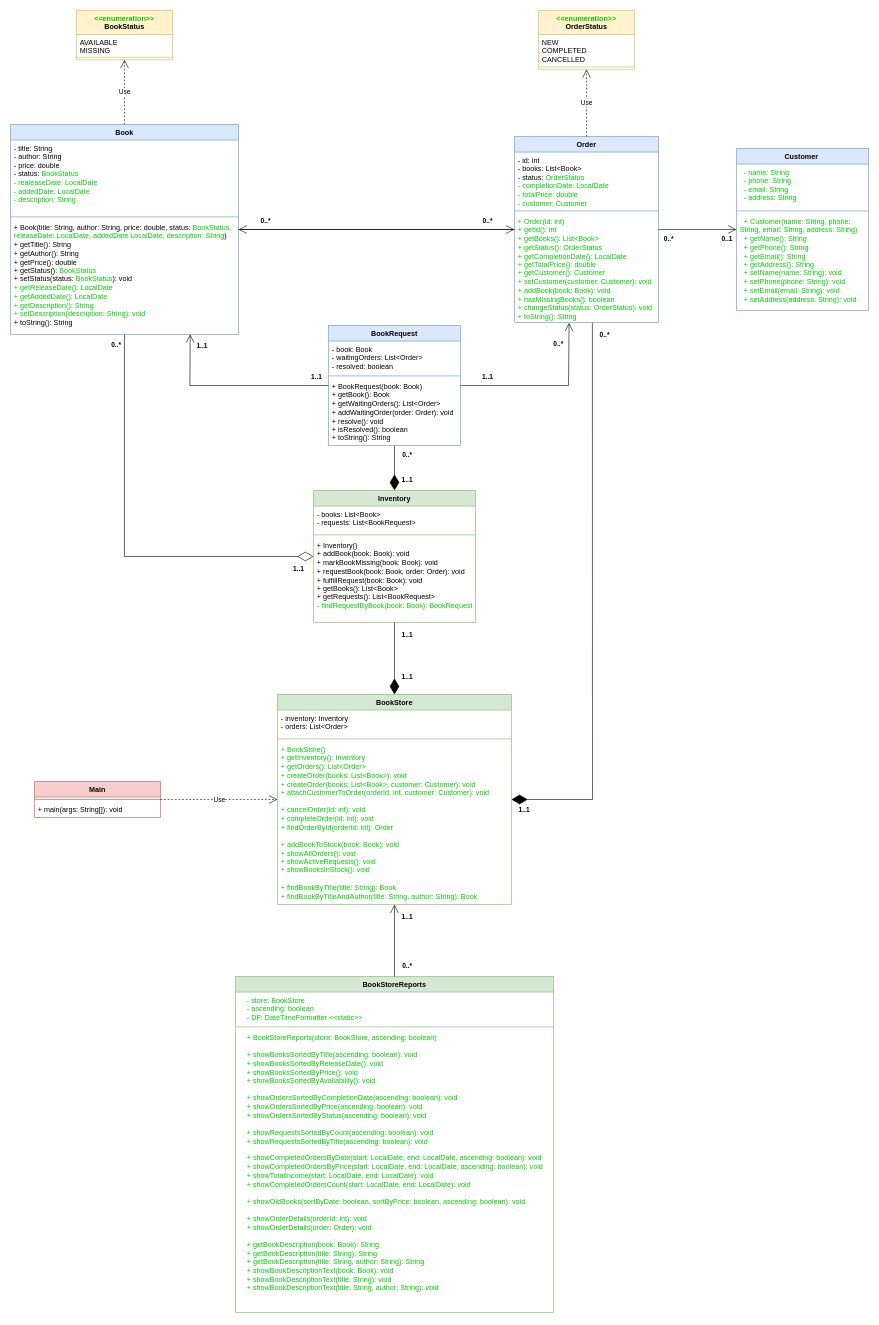
The draw.io diagram Task-3/task3_4/Bookstore2.0.drawio in DrMemeX/SenlaTasks, before the edit. Source tidied: cells renumbered, new cells numbered last; positions are measured from the earlier drawing's top-left corner, leaving out a move shared by most shapes. Both pictures are drawn from the tidied source at 60%, with x=0, y=0 at pixel (10, 10).
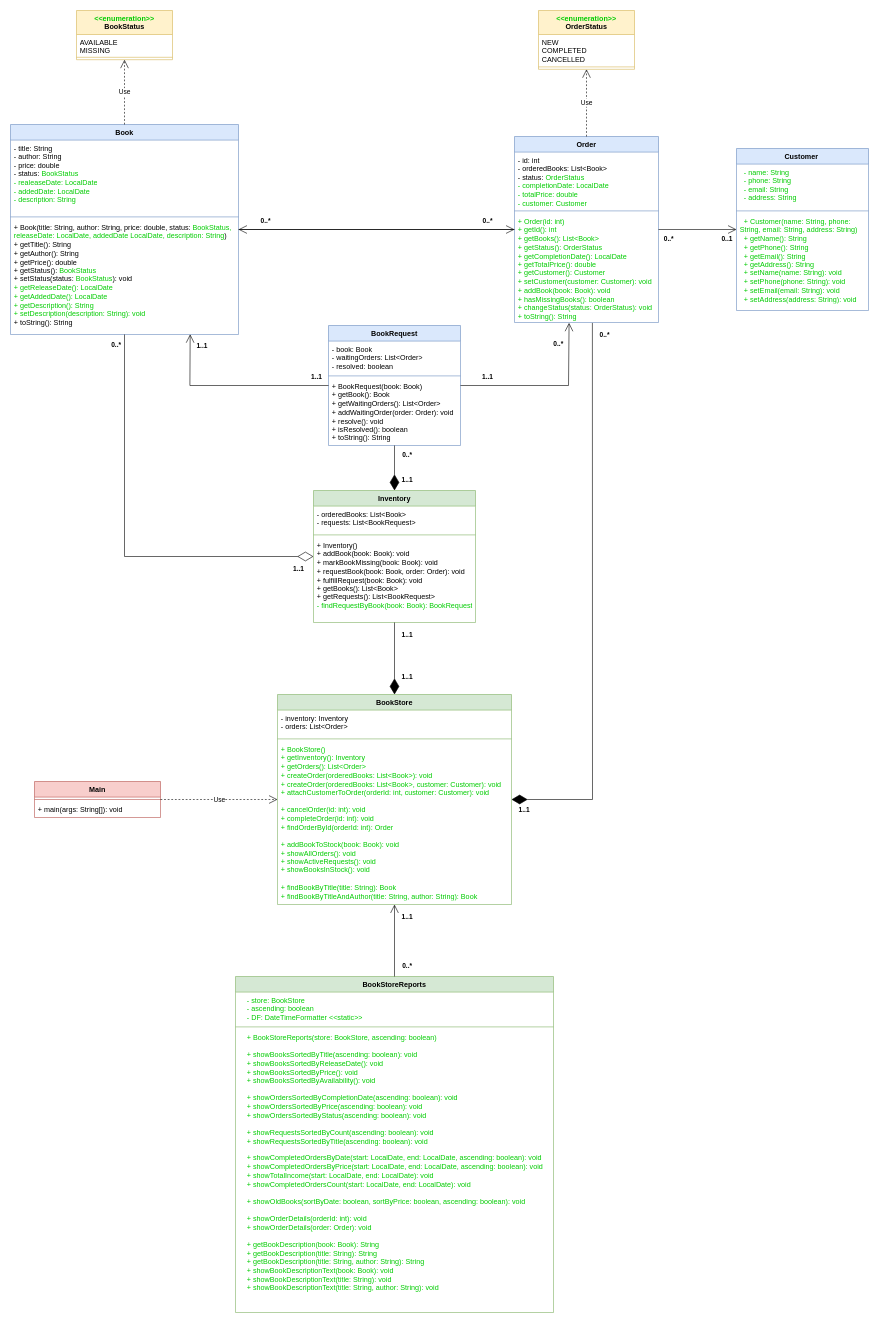
The same diagram, later.

Unchanged cells that the change refers to:
```xml
<mxCell id="13" value="Order" style="swimlane;fontStyle=1;align=center;verticalAlign=top;horizontal=1;startSize=26;whiteSpace=wrap;html=1;fillColor=#dae8fc;strokeColor=#6c8ebf;" parent="1" vertex="1">
  <mxGeometry x="840" y="210" width="240" height="310" as="geometry" />
</mxCell>
<mxCell id="20" value="Inventory" style="swimlane;fontStyle=1;align=center;verticalAlign=top;horizontal=1;startSize=26;whiteSpace=wrap;html=1;fillColor=#d5e8d4;strokeColor=#82b366;" parent="1" vertex="1">
  <mxGeometry x="505" y="800" width="270" height="220" as="geometry" />
</mxCell>
<mxCell id="24" value="BookStore" style="swimlane;fontStyle=1;align=center;verticalAlign=top;horizontal=1;startSize=26;whiteSpace=wrap;html=1;fillColor=#d5e8d4;strokeColor=#82b366;" parent="1" vertex="1">
  <mxGeometry x="445" y="1140" width="390" height="350" as="geometry" />
</mxCell>
```

The edit, as a diff of the source:
```diff
@@
-    <mxCell id="14" value="- id: int&lt;br&gt;- books: List&amp;lt;Book&amp;gt;&lt;br&gt;&lt;div&gt;- status: &lt;span style=&quot;color: rgb(0, 204, 0);&quot;&gt;OrderStatus&lt;/span&gt;&lt;/div&gt;&lt;div&gt;&lt;span style=&quot;color: rgb(0, 204, 0);&quot;&gt;- completionDate: LocalDate&amp;nbsp;&lt;/span&gt;&lt;/div&gt;&lt;div&gt;&lt;span style=&quot;color: rgb(0, 204, 0);&quot;&gt;- totalPrice: double&lt;br&gt;- customer: Customer&lt;/span&gt;&lt;/div&gt;" style="text;strokeColor=none;fillColor=none;align=left;verticalAlign=top;spacingLeft=4;spacingRight=4;overflow=hidden;whiteSpace=wrap;html=1;" parent="13" vertex="1">
+    <mxCell id="14" value="- id: int&lt;br&gt;- orderedBooks: List&amp;lt;Book&amp;gt;&lt;br&gt;&lt;div&gt;- status: &lt;span style=&quot;color: rgb(0, 204, 0);&quot;&gt;OrderStatus&lt;/span&gt;&lt;/div&gt;&lt;div&gt;&lt;span style=&quot;color: rgb(0, 204, 0);&quot;&gt;- completionDate: LocalDate&amp;nbsp;&lt;/span&gt;&lt;/div&gt;&lt;div&gt;&lt;span style=&quot;color: rgb(0, 204, 0);&quot;&gt;- totalPrice: double&lt;br&gt;- customer: Customer&lt;/span&gt;&lt;/div&gt;" style="text;strokeColor=none;fillColor=none;align=left;verticalAlign=top;spacingLeft=4;spacingRight=4;overflow=hidden;whiteSpace=wrap;html=1;" parent="13" vertex="1">
       <mxGeometry y="26" width="240" height="94" as="geometry" />
     </mxCell>
@@
-    <mxCell id="21" value="- books: List&amp;lt;Book&amp;gt;&lt;br&gt;- requests: List&amp;lt;BookRequest&amp;gt;" style="text;strokeColor=none;fillColor=none;align=left;verticalAlign=top;spacingLeft=4;spacingRight=4;overflow=hidden;whiteSpace=wrap;html=1;" parent="20" vertex="1">
+    <mxCell id="21" value="- orderedBooks: List&amp;lt;Book&amp;gt;&lt;br&gt;- requests: List&amp;lt;BookRequest&amp;gt;" style="text;strokeColor=none;fillColor=none;align=left;verticalAlign=top;spacingLeft=4;spacingRight=4;overflow=hidden;whiteSpace=wrap;html=1;" parent="20" vertex="1">
       <mxGeometry y="26" width="270" height="44" as="geometry" />
     </mxCell>
@@
-    <mxCell id="27" value="&lt;span style=&quot;color: rgb(0, 204, 0);&quot;&gt;+ BookStore()&lt;br&gt;+ getInventory(): Inventory&lt;br&gt;+ getOrders(): List&amp;lt;Order&amp;gt;&lt;br&gt;+ createOrder(books: List&amp;lt;Book&amp;gt;): void&lt;br&gt;+ createOrder(books: List&amp;lt;Book&amp;gt;, customer: Customer): void&lt;br&gt;+ attachCustomerToOrder(orderId: int, customer: Customer): void&lt;br&gt;&lt;br&gt;+ cancelOrder(id: int): void&lt;br&gt;+ completeOrder(id: int): void&lt;br&gt;+ findOrderById(orderId: int): Order&lt;br&gt;&lt;br&gt;+ addBookToStock(book: Book): void&lt;br&gt;+ showAllOrders(): void&lt;br&gt;+ showActiveRequests(): void&lt;br&gt;+ showBooksInStock(): void&lt;br&gt;&lt;br&gt;+ findBookByTitle(title: String): Book&lt;br&gt;+ findBookByTitleAndAuthor(title: String, author: String): Book&lt;/span&gt;" style="text;strokeColor=none;fillColor=none;align=left;verticalAlign=top;spacingLeft=4;spacingRight=4;overflow=hidden;whiteSpace=wrap;html=1;" parent="24" vertex="1">
+    <mxCell id="27" value="&lt;span style=&quot;color: rgb(0, 204, 0);&quot;&gt;+ BookStore()&lt;br&gt;+ getInventory(): Inventory&lt;br&gt;+ getOrders(): List&amp;lt;Order&amp;gt;&lt;br&gt;+ createOrder(orderedBooks: List&amp;lt;Book&amp;gt;): void&lt;br&gt;+ createOrder(orderedBooks: List&amp;lt;Book&amp;gt;, customer: Customer): void&lt;br&gt;+ attachCustomerToOrder(orderId: int, customer: Customer): void&lt;br&gt;&lt;br&gt;+ cancelOrder(id: int): void&lt;br&gt;+ completeOrder(id: int): void&lt;br&gt;+ findOrderById(orderId: int): Order&lt;br&gt;&lt;br&gt;+ addBookToStock(book: Book): void&lt;br&gt;+ showAllOrders(): void&lt;br&gt;+ showActiveRequests(): void&lt;br&gt;+ showBooksInStock(): void&lt;br&gt;&lt;br&gt;+ findBookByTitle(title: String): Book&lt;br&gt;+ findBookByTitleAndAuthor(title: String, author: String): Book&lt;/span&gt;" style="text;strokeColor=none;fillColor=none;align=left;verticalAlign=top;spacingLeft=4;spacingRight=4;overflow=hidden;whiteSpace=wrap;html=1;" parent="24" vertex="1">
       <mxGeometry y="78" width="390" height="272" as="geometry" />
     </mxCell>
```
